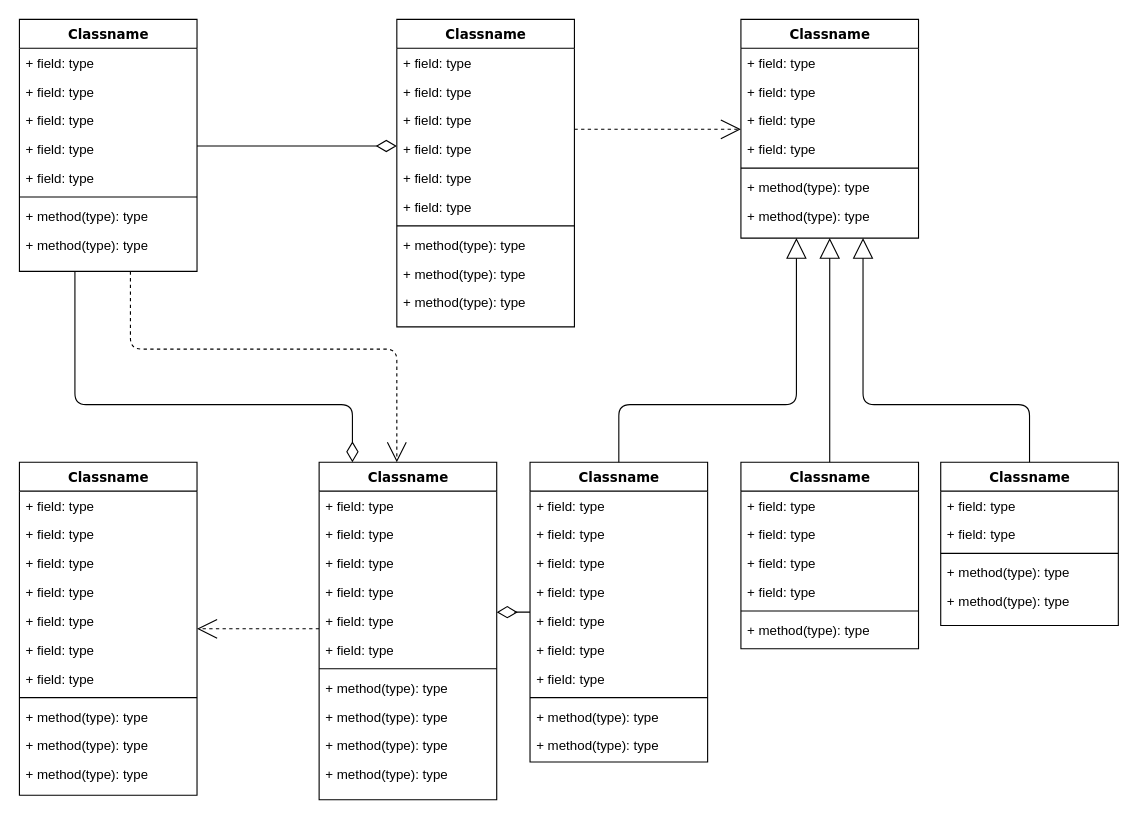
Above: 未命名绘图.drawio in zhiqiangege/simpleOnlineCC (draw.io), before the change. Source tidied: cells renumbered, new cells numbered last; positions are measured from the earlier drawing's top-left corner, leaving out a move shared by most shapes. Both pictures are drawn from the tidied source at 111%, with x=0, y=0 at pixel (19, 19).
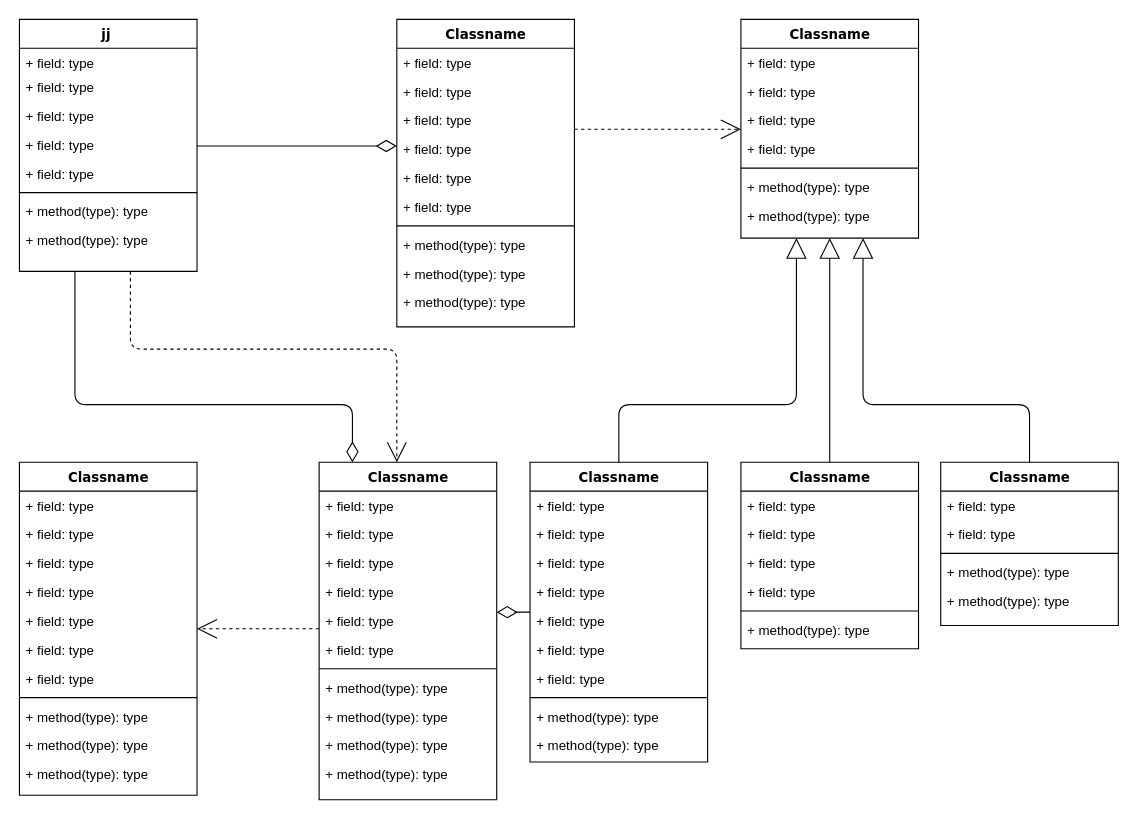
The same diagram, later.

Commit message:
更新未命名绘图.drawio

Diff of the diagram source:
```diff
@@
-    <mxCell id="4" value="Classname" style="swimlane;html=1;fontStyle=1;align=center;verticalAlign=top;horizontal=1;startSize=26;swimlaneFillColor=#ffffff;rounded=0;shadow=0;comic=0;labelBackgroundColor=none;strokeWidth=1;fillColor=none;fontFamily=Verdana;fontSize=12;" parent="1" vertex="1">
+    <mxCell id="4" value="jj&amp;nbsp;" style="swimlane;html=1;fontStyle=1;align=center;verticalAlign=top;horizontal=1;startSize=26;swimlaneFillColor=#ffffff;rounded=0;shadow=0;comic=0;labelBackgroundColor=none;strokeWidth=1;fillColor=none;fontFamily=Verdana;fontSize=12;" parent="1" vertex="1">
       <mxGeometry width="160" height="227" as="geometry" />
     </mxCell>
     <mxCell id="5" value="+ field: type" style="text;html=1;strokeColor=none;fillColor=none;align=left;verticalAlign=top;spacingLeft=4;spacingRight=4;whiteSpace=wrap;overflow=hidden;" parent="4" vertex="1">
-      <mxGeometry y="26" width="160" height="26" as="geometry" />
+      <mxGeometry y="26" width="160" height="22" as="geometry" />
     </mxCell>
     <mxCell id="6" value="+ field: type" style="text;html=1;strokeColor=none;fillColor=none;align=left;verticalAlign=top;spacingLeft=4;spacingRight=4;whiteSpace=wrap;overflow=hidden;" parent="4" vertex="1">
-      <mxGeometry y="52" width="160" height="26" as="geometry" />
+      <mxGeometry y="48" width="160" height="26" as="geometry" />
     </mxCell>
     <mxCell id="7" value="+ field: type" style="text;html=1;strokeColor=none;fillColor=none;align=left;verticalAlign=top;spacingLeft=4;spacingRight=4;whiteSpace=wrap;overflow=hidden;" parent="4" vertex="1">
-      <mxGeometry y="78" width="160" height="26" as="geometry" />
+      <mxGeometry y="74" width="160" height="26" as="geometry" />
     </mxCell>
     <mxCell id="8" value="+ field: type" style="text;html=1;strokeColor=none;fillColor=none;align=left;verticalAlign=top;spacingLeft=4;spacingRight=4;whiteSpace=wrap;overflow=hidden;" parent="4" vertex="1">
-      <mxGeometry y="104" width="160" height="26" as="geometry" />
+      <mxGeometry y="100" width="160" height="26" as="geometry" />
     </mxCell>
     <mxCell id="9" value="+ field: type" style="text;html=1;strokeColor=none;fillColor=none;align=left;verticalAlign=top;spacingLeft=4;spacingRight=4;whiteSpace=wrap;overflow=hidden;" parent="4" vertex="1">
-      <mxGeometry y="130" width="160" height="26" as="geometry" />
+      <mxGeometry y="126" width="160" height="26" as="geometry" />
     </mxCell>
     <mxCell id="10" style="line;html=1;strokeWidth=1;fillColor=none;align=left;verticalAlign=middle;spacingTop=-1;spacingLeft=3;spacingRight=3;labelPosition=right;" parent="4" vertex="1">
-      <mxGeometry y="156" width="160" height="8" as="geometry" />
+      <mxGeometry y="152" width="160" height="8" as="geometry" />
     </mxCell>
     <mxCell id="11" value="+ method(type): type" style="text;html=1;strokeColor=none;fillColor=none;align=left;verticalAlign=top;spacingLeft=4;spacingRight=4;whiteSpace=wrap;overflow=hidden;" parent="4" vertex="1">
-      <mxGeometry y="164" width="160" height="26" as="geometry" />
+      <mxGeometry y="160" width="160" height="26" as="geometry" />
     </mxCell>
     <mxCell id="12" value="+ method(type): type" style="text;html=1;strokeColor=none;fillColor=none;align=left;verticalAlign=top;spacingLeft=4;spacingRight=4;whiteSpace=wrap;overflow=hidden;" parent="4" vertex="1">
-      <mxGeometry y="190" width="160" height="26" as="geometry" />
+      <mxGeometry y="186" width="160" height="26" as="geometry" />
     </mxCell>
```
